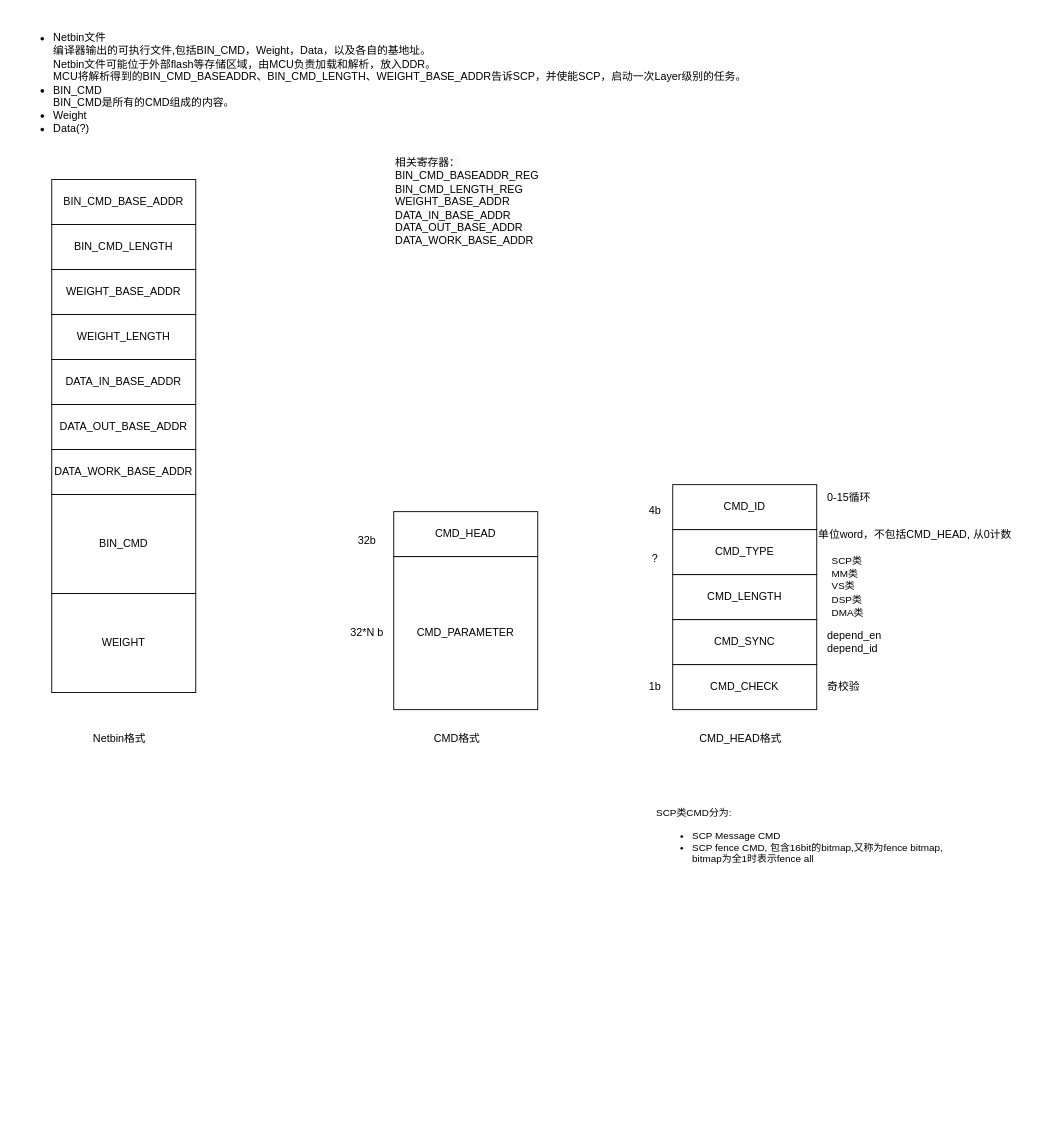
This is page "CMD手册" (2 of 10) of SCP.drawio from HelmutXie/blake2, a draw.io file, before an edit. Source tidied: cells renumbered, new cells numbered last; positions are measured from the earlier drawing's top-left corner, leaving out a move shared by most shapes. Both pictures are drawn from the tidied source at 90%, with x=0, y=0 at pixel (15, 15).
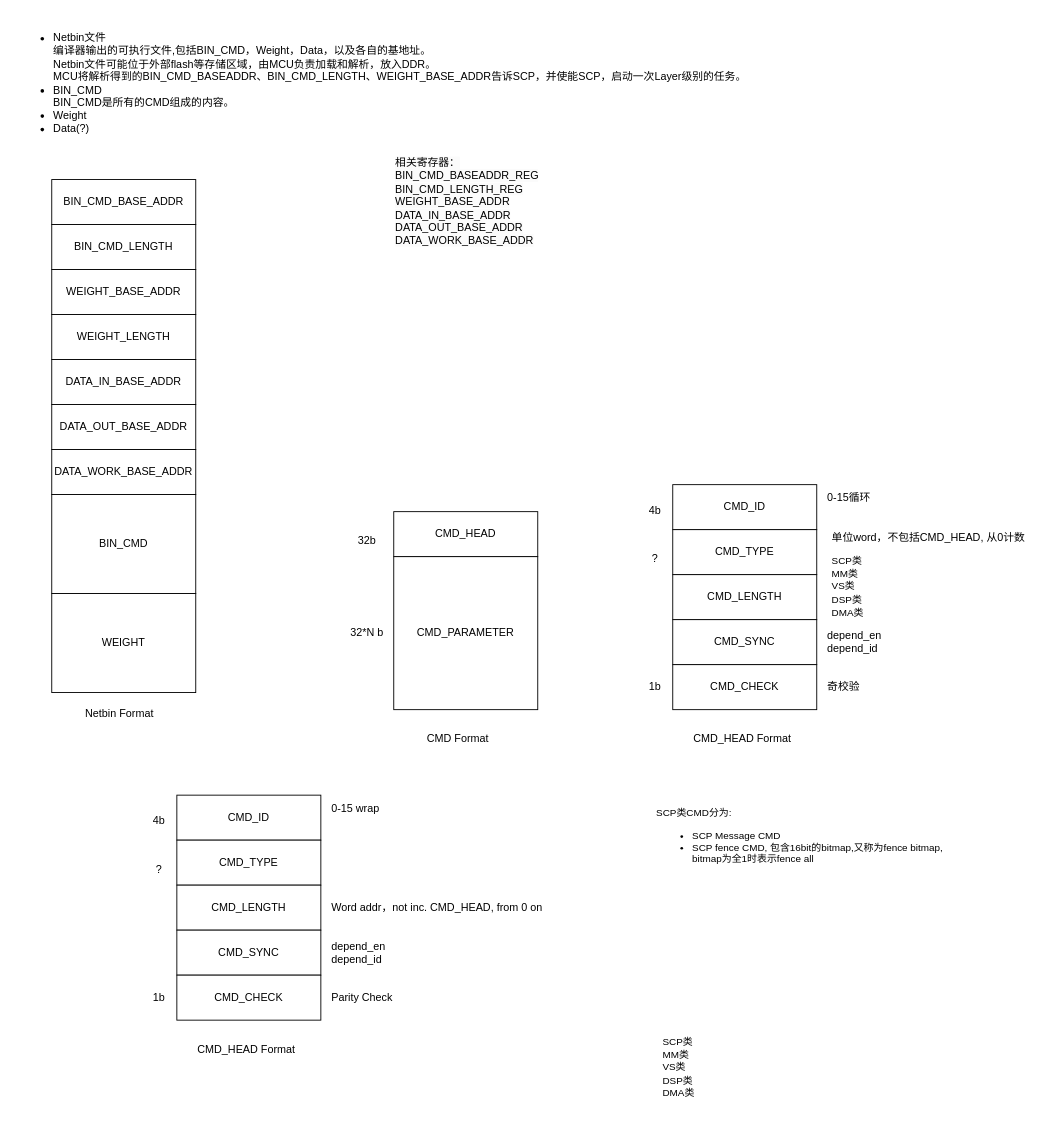
The same diagram, later.

Change to the diagram source:
```diff
@@
-    <mxCell id="17" value="CMD格式" style="text;html=1;align=center;verticalAlign=middle;strokeColor=none;fillColor=none;" parent="1" vertex="1">
-      <mxGeometry x="455" y="789" width="70" height="30" as="geometry" />
+    <mxCell id="17" value="CMD Format" style="text;html=1;align=center;verticalAlign=middle;strokeColor=none;fillColor=none;" parent="1" vertex="1">
+      <mxGeometry x="447" y="791" width="87" height="26" as="geometry" />
     </mxCell>
@@
-    <mxCell id="25" value="CMD_HEAD格式" style="text;html=1;align=center;verticalAlign=middle;strokeColor=none;fillColor=none;" parent="1" vertex="1">
-      <mxGeometry x="750" y="789" width="110" height="30" as="geometry" />
+    <mxCell id="25" value="CMD_HEAD Format" style="text;html=1;align=center;verticalAlign=middle;strokeColor=none;fillColor=none;" parent="1" vertex="1">
+      <mxGeometry x="743" y="791" width="127" height="26" as="geometry" />
     </mxCell>
@@
     <mxCell id="28" value="单位word，不包括CMD_HEAD, 从0计数" style="text;html=1;align=left;verticalAlign=middle;strokeColor=none;fillColor=none;" parent="1" vertex="1">
-      <mxGeometry x="890" y="562" width="240" height="30" as="geometry" />
+      <mxGeometry x="905" y="565" width="240" height="30" as="geometry" />
     </mxCell>
@@
-    <mxCell id="32" value="Netbin格式" style="text;html=1;align=center;verticalAlign=middle;strokeColor=none;fillColor=none;" parent="1" vertex="1">
-      <mxGeometry x="75" y="789" width="80" height="30" as="geometry" />
+    <mxCell id="32" value="Netbin Format" style="text;html=1;align=center;verticalAlign=middle;strokeColor=none;fillColor=none;" parent="1" vertex="1">
+      <mxGeometry x="68" y="763" width="94" height="26" as="geometry" />
     </mxCell>
@@
+    <mxCell id="34" value="CMD_ID" style="rounded=0;whiteSpace=wrap;html=1;" parent="1" vertex="1">
+      <mxGeometry x="179" y="866" width="160" height="50" as="geometry" />
+    </mxCell>
+    <mxCell id="35" value="CMD_TYPE" style="rounded=0;whiteSpace=wrap;html=1;" parent="1" vertex="1">
+      <mxGeometry x="179" y="916" width="160" height="50" as="geometry" />
+    </mxCell>
+    <mxCell id="36" value="CMD_LENGTH" style="rounded=0;whiteSpace=wrap;html=1;" parent="1" vertex="1">
+      <mxGeometry x="179" y="966" width="160" height="50" as="geometry" />
+    </mxCell>
+    <mxCell id="37" value="CMD_SYNC" style="rounded=0;whiteSpace=wrap;html=1;" parent="1" vertex="1">
+      <mxGeometry x="179" y="1016" width="160" height="50" as="geometry" />
+    </mxCell>
+    <mxCell id="38" value="CMD_CHECK" style="rounded=0;whiteSpace=wrap;html=1;" parent="1" vertex="1">
+      <mxGeometry x="179" y="1066" width="160" height="50" as="geometry" />
+    </mxCell>
+    <mxCell id="39" value="4b" style="text;html=1;align=center;verticalAlign=middle;strokeColor=none;fillColor=none;" parent="1" vertex="1">
+      <mxGeometry x="139" y="880" width="40" height="30" as="geometry" />
+    </mxCell>
+    <mxCell id="40" value="1b" style="text;html=1;align=center;verticalAlign=middle;strokeColor=none;fillColor=none;" parent="1" vertex="1">
+      <mxGeometry x="139" y="1076" width="40" height="30" as="geometry" />
+    </mxCell>
+    <mxCell id="41" value="CMD_HEAD Format" style="text;html=1;align=center;verticalAlign=middle;strokeColor=none;fillColor=none;" parent="1" vertex="1">
+      <mxGeometry x="192" y="1136" width="127" height="26" as="geometry" />
+    </mxCell>
+    <mxCell id="42" value="?" style="text;html=1;align=center;verticalAlign=middle;strokeColor=none;fillColor=none;" parent="1" vertex="1">
+      <mxGeometry x="144" y="934" width="30" height="30" as="geometry" />
+    </mxCell>
+    <mxCell id="43" value="depend_en&lt;br&gt;depend_id" style="text;html=1;align=left;verticalAlign=middle;strokeColor=none;fillColor=none;" parent="1" vertex="1">
+      <mxGeometry x="349" y="1021" width="80" height="40" as="geometry" />
+    </mxCell>
+    <mxCell id="44" value="Word addr，not inc. CMD_HEAD, from 0 on" style="text;html=1;align=left;verticalAlign=middle;strokeColor=none;fillColor=none;" parent="1" vertex="1">
+      <mxGeometry x="349" y="978" width="253" height="26" as="geometry" />
+    </mxCell>
+    <mxCell id="45" value="&lt;font style=&quot;font-size: 11px;&quot;&gt;SCP类&lt;br style=&quot;font-size: 11px;&quot;&gt;MM类&lt;br style=&quot;font-size: 11px;&quot;&gt;VS类&lt;br style=&quot;font-size: 11px;&quot;&gt;DSP类&lt;br style=&quot;font-size: 11px;&quot;&gt;DMA类&lt;/font&gt;" style="text;html=1;align=left;verticalAlign=middle;strokeColor=none;fillColor=none;" parent="1" vertex="1">
+      <mxGeometry x="717" y="1123" width="60" height="90" as="geometry" />
+    </mxCell>
+    <mxCell id="46" value="0-15 wrap" style="text;html=1;align=left;verticalAlign=middle;strokeColor=none;fillColor=none;" parent="1" vertex="1">
+      <mxGeometry x="349" y="868" width="71" height="26" as="geometry" />
+    </mxCell>
+    <mxCell id="47" value="Parity Check" style="text;html=1;align=left;verticalAlign=middle;strokeColor=none;fillColor=none;" parent="1" vertex="1">
+      <mxGeometry x="349" y="1078" width="86" height="26" as="geometry" />
+    </mxCell>
```
